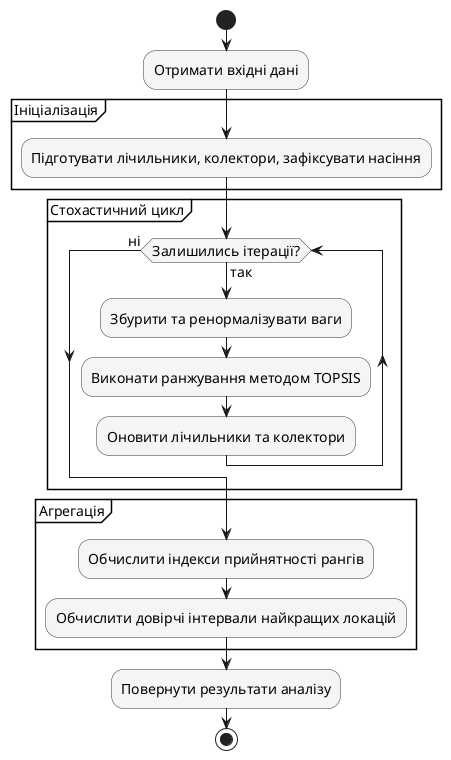
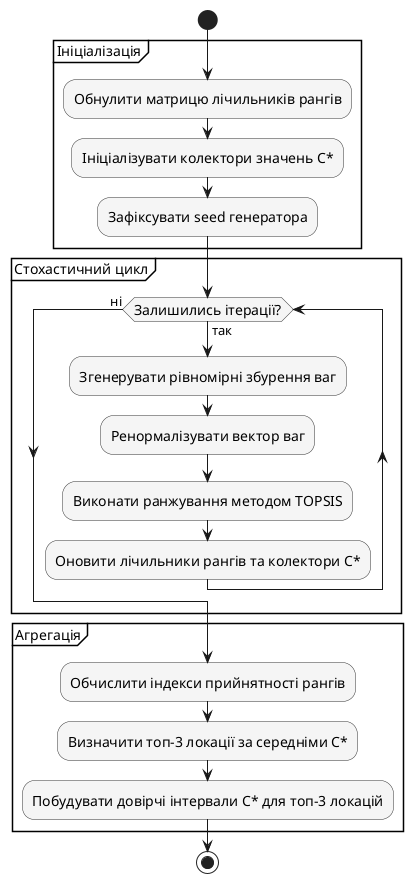
@startuml
' Рис. 2.9. Діаграма діяльності алгоритму Монте-Карло-аналізу чутливості
skinparam shadowing false
skinparam defaultFontName "Times New Roman"
skinparam defaultFontSize 14
skinparam activity {
    BackgroundColor #f5f5f5
    BorderColor #333333
+     FontSize 14
}
+ skinparam activityDiamond {
+     FontSize 14
+ }
+ skinparam ArrowFontSize 13

start
- :Отримати вхідні дані;
- 
partition "Ініціалізація" {
-     :Підготувати лічильники, колектори, зафіксувати насіння;
+     :Обнулити матрицю лічильників рангів;
+     :Ініціалізувати колектори значень C*;
+     :Зафіксувати seed генератора;
}

partition "Стохастичний цикл" {
    while (Залишились ітерації?) is (так)
-         :Збурити та ренормалізувати ваги;
+         :Згенерувати рівномірні збурення ваг;
+         :Ренормалізувати вектор ваг;
        :Виконати ранжування методом TOPSIS;
-         :Оновити лічильники та колектори;
+         :Оновити лічильники рангів та колектори C*;
    endwhile (ні)
}

partition "Агрегація" {
    :Обчислити індекси прийнятності рангів;
-     :Обчислити довірчі інтервали найкращих локацій;
+     :Визначити топ-3 локації за середніми C*;
+     :Побудувати довірчі інтервали C* для топ-3 локацій;
}
- 
- :Повернути результати аналізу;
stop

@enduml
